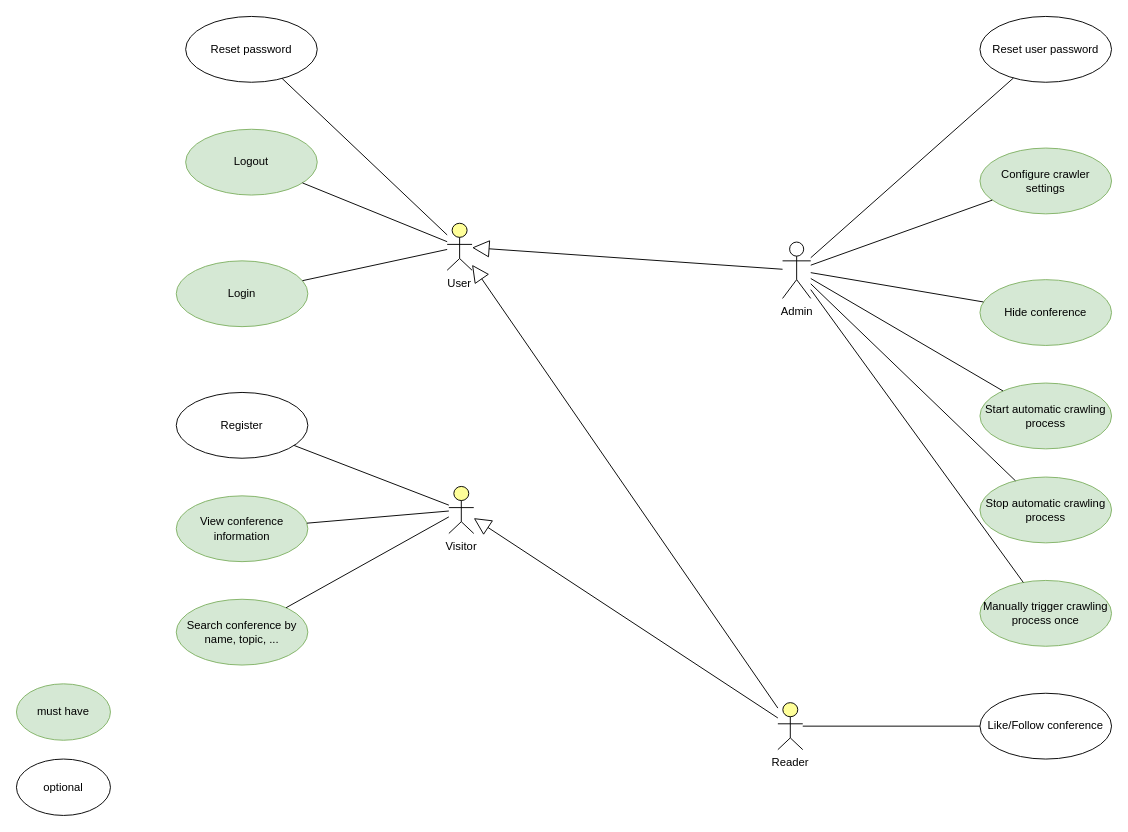
The draw.io diagram page "User use case" (1 of 3) of Diagram/Use Case.drawio in Technologie-Logicielle/spiderbot, before the edit. Source tidied: cells renumbered, new cells numbered last; positions are measured from the earlier drawing's top-left corner, leaving out a move shared by most shapes. Both pictures are drawn from the tidied source at 94%, with x=0, y=0 at pixel (16, 16).
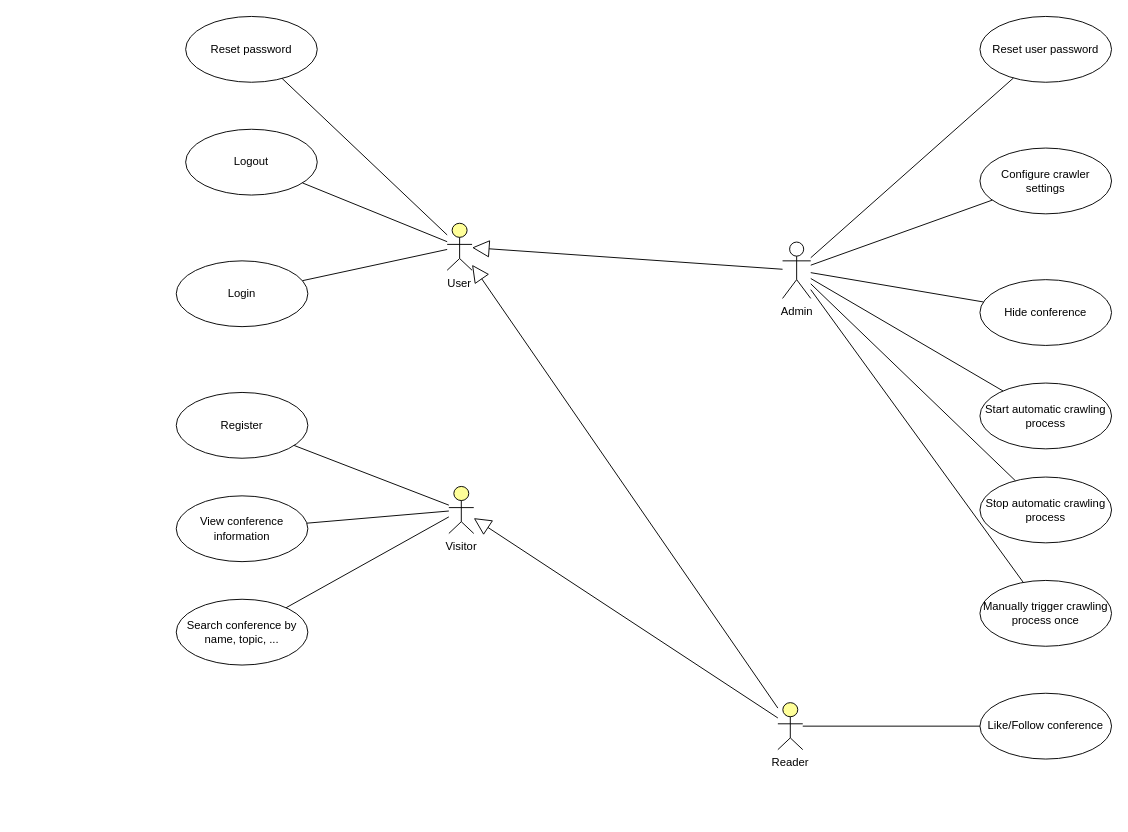
Above is the later version.

The edit, as a diff of the source:
```diff
@@
-    <mxCell id="3" value="Login" style="ellipse;whiteSpace=wrap;html=1;fillColor=#d5e8d4;strokeColor=#82b366;" parent="1" vertex="1">
+    <mxCell id="3" value="Login" style="ellipse;whiteSpace=wrap;html=1;" parent="1" vertex="1">
       <mxGeometry x="170" y="260" width="140" height="70" as="geometry" />
     </mxCell>
-    <mxCell id="4" value="Logout" style="ellipse;whiteSpace=wrap;html=1;fillColor=#d5e8d4;strokeColor=#82b366;" parent="1" vertex="1">
+    <mxCell id="4" value="Logout" style="ellipse;whiteSpace=wrap;html=1;" parent="1" vertex="1">
       <mxGeometry x="180" y="120" width="140" height="70" as="geometry" />
     </mxCell>
@@
-    <mxCell id="9" value="Search conference by name, topic, ..." style="ellipse;whiteSpace=wrap;html=1;fillColor=#d5e8d4;strokeColor=#82b366;" parent="1" vertex="1">
+    <mxCell id="9" value="Search conference by name, topic, ..." style="ellipse;whiteSpace=wrap;html=1;" parent="1" vertex="1">
       <mxGeometry x="170" y="620" width="140" height="70" as="geometry" />
     </mxCell>
@@
-    <mxCell id="11" value="View conference information" style="ellipse;whiteSpace=wrap;html=1;fillColor=#d5e8d4;strokeColor=#82b366;" parent="1" vertex="1">
+    <mxCell id="11" value="View conference information" style="ellipse;whiteSpace=wrap;html=1;" parent="1" vertex="1">
       <mxGeometry x="170" y="510" width="140" height="70" as="geometry" />
     </mxCell>
@@
-    <mxCell id="21" value="Configure crawler settings" style="ellipse;whiteSpace=wrap;html=1;fillColor=#d5e8d4;strokeColor=#82b366;" parent="1" vertex="1">
+    <mxCell id="21" value="Configure crawler settings" style="ellipse;whiteSpace=wrap;html=1;" parent="1" vertex="1">
       <mxGeometry x="1025" y="140" width="140" height="70" as="geometry" />
     </mxCell>
@@
-    <mxCell id="24" value="Hide conference" style="ellipse;whiteSpace=wrap;html=1;fillColor=#d5e8d4;strokeColor=#82b366;" parent="1" vertex="1">
+    <mxCell id="24" value="Hide conference" style="ellipse;whiteSpace=wrap;html=1;" parent="1" vertex="1">
       <mxGeometry x="1025" y="280" width="140" height="70" as="geometry" />
     </mxCell>
@@
-    <mxCell id="26" value="must have" style="ellipse;whiteSpace=wrap;html=1;fillColor=#d5e8d4;strokeColor=#82b366;" parent="1" vertex="1">
-      <mxGeometry y="710" width="100" height="60" as="geometry" />
-    </mxCell>
-    <mxCell id="27" value="optional" style="ellipse;whiteSpace=wrap;html=1;" parent="1" vertex="1">
-      <mxGeometry y="790" width="100" height="60" as="geometry" />
-    </mxCell>
@@
-    <mxCell id="31" value="Start automatic crawling process" style="ellipse;whiteSpace=wrap;html=1;fillColor=#d5e8d4;strokeColor=#82b366;" parent="1" vertex="1">
+    <mxCell id="31" value="Start automatic crawling process" style="ellipse;whiteSpace=wrap;html=1;" parent="1" vertex="1">
       <mxGeometry x="1025" y="390" width="140" height="70" as="geometry" />
     </mxCell>
-    <mxCell id="32" value="Stop automatic crawling process" style="ellipse;whiteSpace=wrap;html=1;fillColor=#d5e8d4;strokeColor=#82b366;" parent="1" vertex="1">
+    <mxCell id="32" value="Stop automatic crawling process" style="ellipse;whiteSpace=wrap;html=1;" parent="1" vertex="1">
       <mxGeometry x="1025" y="490" width="140" height="70" as="geometry" />
     </mxCell>
-    <mxCell id="33" value="Manually trigger crawling process once" style="ellipse;whiteSpace=wrap;html=1;fillColor=#d5e8d4;strokeColor=#82b366;" parent="1" vertex="1">
+    <mxCell id="33" value="Manually trigger crawling process once" style="ellipse;whiteSpace=wrap;html=1;" parent="1" vertex="1">
       <mxGeometry x="1025" y="600" width="140" height="70" as="geometry" />
     </mxCell>
```
